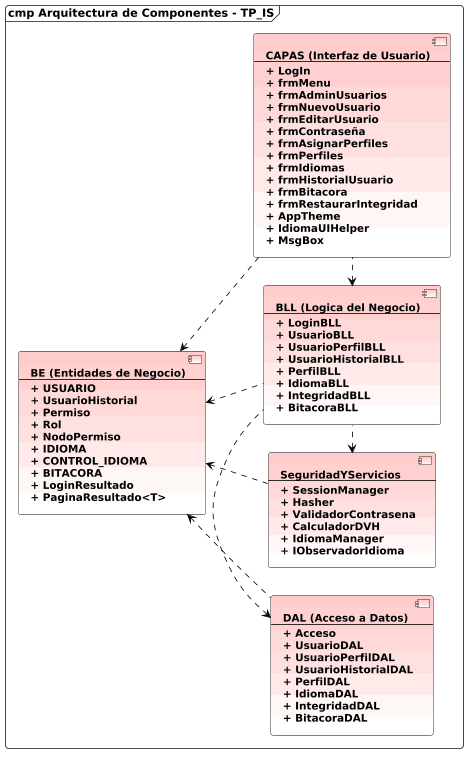
Above: DIAGRAMAS/DiagramaComponentes/DiagramaComponentes - TP_IS.png in Urrels/ingenieria_software (PlantUML), before the change.
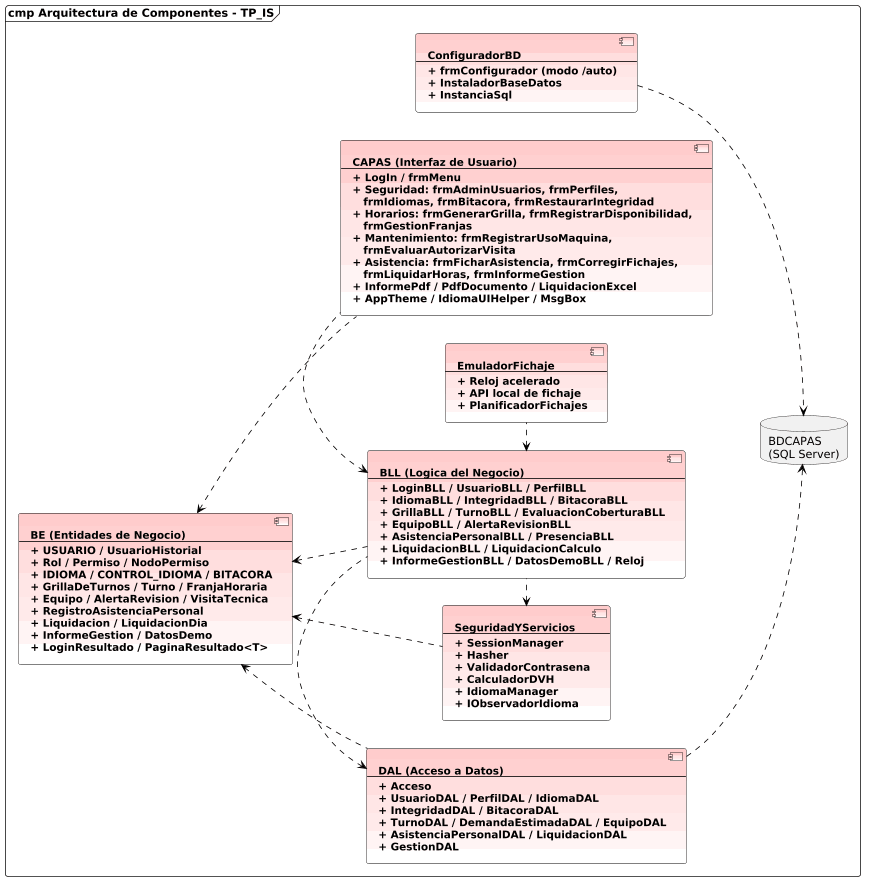
After the change.

Diff of the diagram source:
```diff
@@ -17,15 +17,21 @@
 
 frame "cmp Arquitectura de Componentes - TP_IS" {
 
-  component "BE (Entidades de Negocio)\n--\n+ USUARIO\n+ UsuarioHistorial\n+ Permiso\n+ Rol\n+ NodoPermiso\n+ IDIOMA\n+ CONTROL_IDIOMA\n+ BITACORA\n+ LoginResultado\n+ PaginaResultado<T>" as BE
+  component "BE (Entidades de Negocio)\n--\n+ USUARIO / UsuarioHistorial\n+ Rol / Permiso / NodoPermiso\n+ IDIOMA / CONTROL_IDIOMA / BITACORA\n+ GrillaDeTurnos / Turno / FranjaHoraria\n+ Equipo / AlertaRevision / VisitaTecnica\n+ RegistroAsistenciaPersonal\n+ Liquidacion / LiquidacionDia\n+ InformeGestion / DatosDemo\n+ LoginResultado / PaginaResultado<T>" as BE
 
-  component "CAPAS (Interfaz de Usuario)\n--\n+ LogIn\n+ frmMenu\n+ frmAdminUsuarios\n+ frmNuevoUsuario\n+ frmEditarUsuario\n+ frmContraseña\n+ frmAsignarPerfiles\n+ frmPerfiles\n+ frmIdiomas\n+ frmHistorialUsuario\n+ frmBitacora\n+ frmRestaurarIntegridad\n+ AppTheme\n+ IdiomaUIHelper\n+ MsgBox" as CAPAS
+  component "CAPAS (Interfaz de Usuario)\n--\n+ LogIn / frmMenu\n+ Seguridad: frmAdminUsuarios, frmPerfiles,\n   frmIdiomas, frmBitacora, frmRestaurarIntegridad\n+ Horarios: frmGenerarGrilla, frmRegistrarDisponibilidad,\n   frmGestionFranjas\n+ Mantenimiento: frmRegistrarUsoMaquina,\n   frmEvaluarAutorizarVisita\n+ Asistencia: frmFicharAsistencia, frmCorregirFichajes,\n   frmLiquidarHoras, frmInformeGestion\n+ InformePdf / PdfDocumento / LiquidacionExcel\n+ AppTheme / IdiomaUIHelper / MsgBox" as CAPAS
 
-  component "BLL (Logica del Negocio)\n--\n+ LoginBLL\n+ UsuarioBLL\n+ UsuarioPerfilBLL\n+ UsuarioHistorialBLL\n+ PerfilBLL\n+ IdiomaBLL\n+ IntegridadBLL\n+ BitacoraBLL" as BLL
+  component "BLL (Logica del Negocio)\n--\n+ LoginBLL / UsuarioBLL / PerfilBLL\n+ IdiomaBLL / IntegridadBLL / BitacoraBLL\n+ GrillaBLL / TurnoBLL / EvaluacionCoberturaBLL\n+ EquipoBLL / AlertaRevisionBLL\n+ AsistenciaPersonalBLL / PresenciaBLL\n+ LiquidacionBLL / LiquidacionCalculo\n+ InformeGestionBLL / DatosDemoBLL / Reloj" as BLL
 
   component "SeguridadYServicios\n--\n+ SessionManager\n+ Hasher\n+ ValidadorContrasena\n+ CalculadorDVH\n+ IdiomaManager\n+ IObservadorIdioma" as SyS
 
-  component "DAL (Acceso a Datos)\n--\n+ Acceso\n+ UsuarioDAL\n+ UsuarioPerfilDAL\n+ UsuarioHistorialDAL\n+ PerfilDAL\n+ IdiomaDAL\n+ IntegridadDAL\n+ BitacoraDAL" as DAL
+  component "DAL (Acceso a Datos)\n--\n+ Acceso\n+ UsuarioDAL / PerfilDAL / IdiomaDAL\n+ IntegridadDAL / BitacoraDAL\n+ TurnoDAL / DemandaEstimadaDAL / EquipoDAL\n+ AsistenciaPersonalDAL / LiquidacionDAL\n+ GestionDAL" as DAL
+
+  component "ConfiguradorBD\n--\n+ frmConfigurador (modo /auto)\n+ InstaladorBaseDatos\n+ InstanciaSql" as CFG
+
+  component "EmuladorFichaje\n--\n+ Reloj acelerado\n+ API local de fichaje\n+ PlanificadorFichajes" as EMU
+
+  database "BDCAPAS\n(SQL Server)" as BD
 
   CAPAS -[dashed]left-> BLL
   BLL -[dashed]left-> SyS
@@ -36,6 +42,10 @@
   BLL -[dashed]up-> BE
   SyS -[dashed]up-> BE
   DAL -[dashed]up-> BE
+
+  DAL -[dashed]down-> BD
+  CFG -[dashed]down-> BD
+  EMU -[dashed]left-> BLL
 }
 
 @enduml
```
